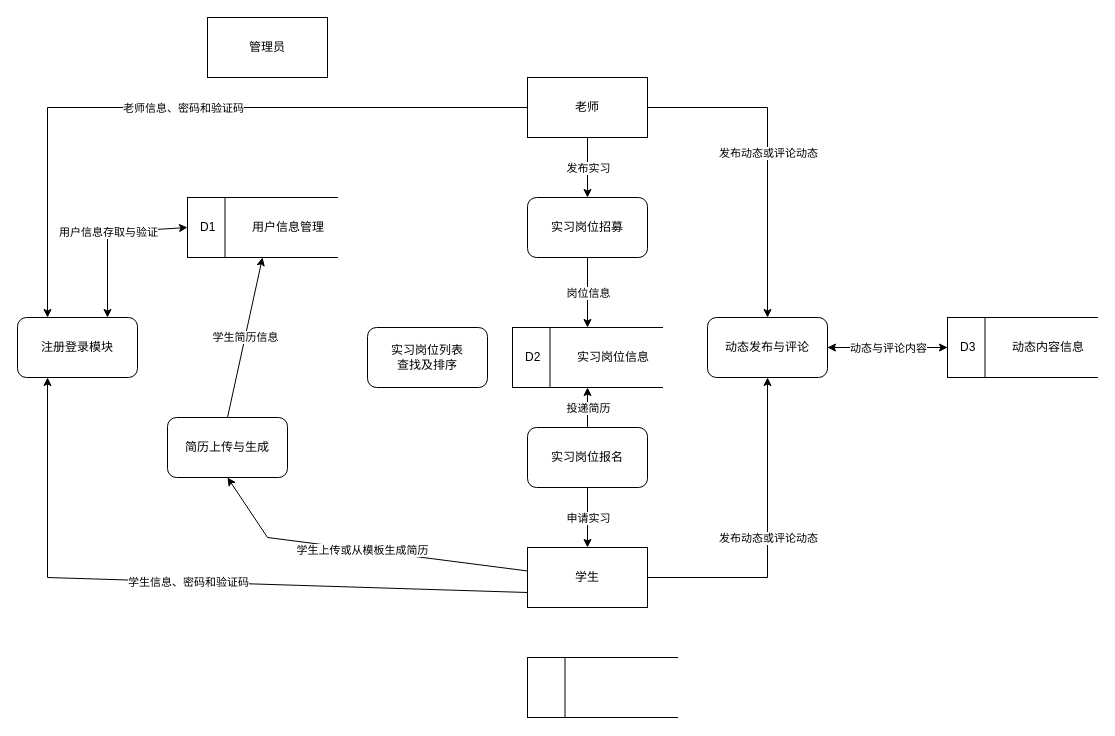
Above: 数据库大作业数据流图.drawio in peng-na/draw.io_pic (draw.io), before the change. Source tidied: cells renumbered, new cells numbered last; positions are measured from the earlier drawing's top-left corner, leaving out a move shared by most shapes. Both pictures are drawn from the tidied source at 100%, with x=0, y=0 at pixel (17, 17).
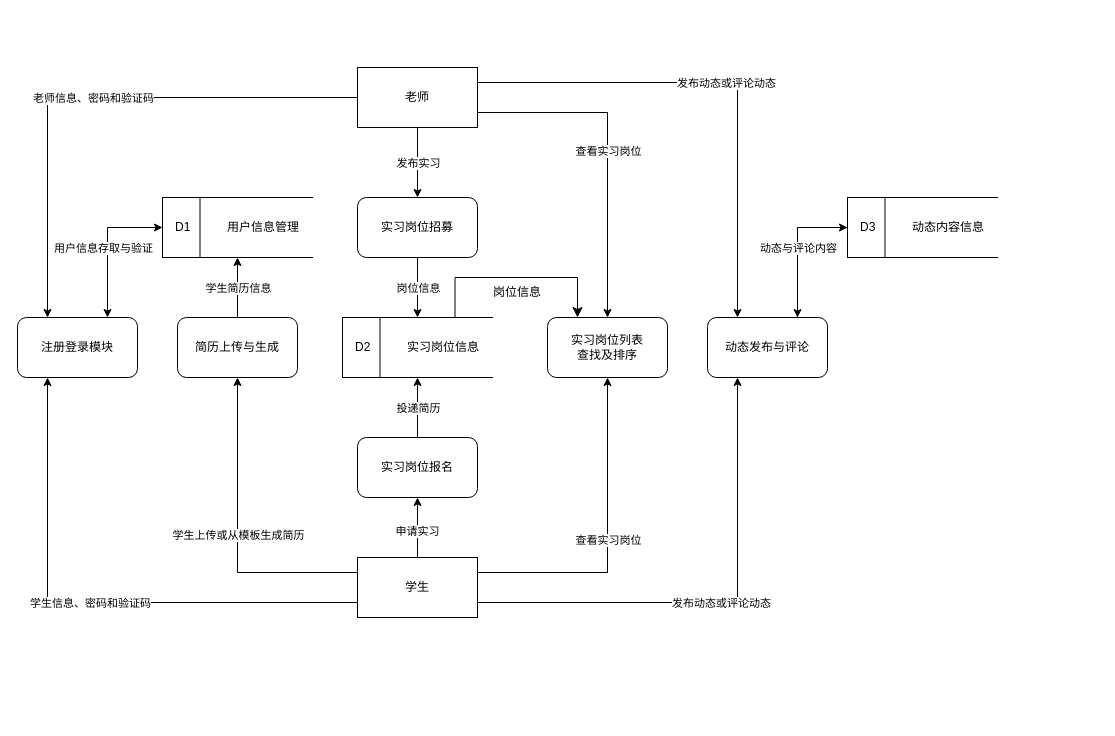
The same diagram, later.

Commit message (it also covers changes not shown here):
更新数据库大作业数据流图.drawio

The change refers to these unchanged cells:
```xml
<mxCell id="7" value="D2&amp;nbsp; &amp;nbsp; &amp;nbsp; &amp;nbsp; &amp;nbsp; &amp;nbsp;实习岗位信息" style="shape=partialRectangle;whiteSpace=wrap;html=1;left=0;right=0;fillColor=none;" parent="6" vertex="1">
  <mxGeometry x="-5" width="150" height="60" as="geometry" />
</mxCell>
<mxCell id="23" value="动态发布与评论" style="rounded=1;whiteSpace=wrap;html=1;" parent="1" vertex="1">
  <mxGeometry x="690" y="300" width="120" height="60" as="geometry" />
</mxCell>
<mxCell id="25" value="D3&amp;nbsp; &amp;nbsp; &amp;nbsp; &amp;nbsp; &amp;nbsp; &amp;nbsp;动态内容信息" style="shape=partialRectangle;whiteSpace=wrap;html=1;left=0;right=0;fillColor=none;" parent="24" vertex="1">
  <mxGeometry width="150" height="60" as="geometry" />
</mxCell>
<mxCell id="35" value="注册登录模块" style="rounded=1;whiteSpace=wrap;html=1;" parent="1" vertex="1">
  <mxGeometry y="300" width="120" height="60" as="geometry" />
</mxCell>
<mxCell id="39" value="D1&amp;nbsp; &amp;nbsp; &amp;nbsp; &amp;nbsp; &amp;nbsp; &amp;nbsp;用户信息管理" style="shape=partialRectangle;whiteSpace=wrap;html=1;left=0;right=0;fillColor=none;" parent="38" vertex="1">
  <mxGeometry width="150" height="60" as="geometry" />
</mxCell>
```

Change to the diagram source:
```diff
@@
+    <mxCell id="52" style="edgeStyle=elbowEdgeStyle;elbow=vertical;endArrow=classic;html=1;curved=0;rounded=0;endSize=8;startSize=8;entryX=0.25;entryY=0;entryDx=0;entryDy=0;exitX=0.75;exitY=0;exitDx=0;exitDy=0;" parent="1" edge="1" source="7" target="51">
+      <mxGeometry relative="1" as="geometry">
+        <Array as="points">
+          <mxPoint x="500" y="260" />
+        </Array>
+      </mxGeometry>
+    </mxCell>
     <mxCell id="2" value="学生" style="rounded=0;whiteSpace=wrap;html=1;" parent="1" vertex="1">
-      <mxGeometry x="510" y="530" width="120" height="60" as="geometry" />
+      <mxGeometry x="340" y="540" width="120" height="60" as="geometry" />
     </mxCell>
     <mxCell id="3" value="老师" style="rounded=0;whiteSpace=wrap;html=1;" parent="1" vertex="1">
-      <mxGeometry x="510" y="60" width="120" height="60" as="geometry" />
+      <mxGeometry x="340" y="50" width="120" height="60" as="geometry" />
     </mxCell>
-    <mxCell id="4" value="管理员" style="rounded=0;whiteSpace=wrap;html=1;" parent="1" vertex="1">
-      <mxGeometry x="190" width="120" height="60" as="geometry" />
-    </mxCell>
     <mxCell id="5" value="实习岗位招募" style="rounded=1;whiteSpace=wrap;html=1;" parent="1" vertex="1">
-      <mxGeometry x="510" y="180" width="120" height="60" as="geometry" />
+      <mxGeometry x="340" y="180" width="120" height="60" as="geometry" />
     </mxCell>
     <mxCell id="6" style="group;" parent="1" vertex="1">
-      <mxGeometry x="500" y="310" width="150" height="60" as="geometry" />
+      <mxGeometry x="330" y="300" width="150" height="60" as="geometry" />
     </mxCell>
@@
     <mxCell id="10" value="实习岗位报名" style="rounded=1;whiteSpace=wrap;html=1;" parent="1" vertex="1">
-      <mxGeometry x="510" y="410" width="120" height="60" as="geometry" />
+      <mxGeometry x="340" y="420" width="120" height="60" as="geometry" />
     </mxCell>
-    <mxCell id="11" style="group;" parent="1" vertex="1">
-      <mxGeometry x="510" y="640" width="150" height="60" as="geometry" />
-    </mxCell>
-    <mxCell id="12" style="shape=partialRectangle;whiteSpace=wrap;html=1;left=0;right=0;fillColor=none;" parent="11" vertex="1">
-      <mxGeometry width="150" height="60" as="geometry" />
-    </mxCell>
-    <mxCell id="13" style="endArrow=none;html=1;rounded=0;entryX=0;entryY=0;entryDx=0;entryDy=0;exitX=0;exitY=1;exitDx=0;exitDy=0;" parent="11" edge="1" source="12" target="12">
-      <mxGeometry relative="1" as="geometry" />
-    </mxCell>
-    <mxCell id="14" style="endArrow=none;html=1;rounded=0;entryX=0.25;entryY=0;entryDx=0;entryDy=0;exitX=0.25;exitY=1;exitDx=0;exitDy=0;" parent="11" edge="1" source="12" target="12">
-      <mxGeometry relative="1" as="geometry" />
-    </mxCell>
@@
-    <mxCell id="19" style="endArrow=classic;html=1;rounded=0;exitX=0.5;exitY=1;exitDx=0;exitDy=0;entryX=0.5;entryY=0;entryDx=0;entryDy=0;" parent="1" edge="1" source="10" target="2">
-      <mxGeometry relative="1" as="geometry" />
-    </mxCell>
-    <mxCell id="20" value="申请实习" style="edgeLabel;html=1;align=center;verticalAlign=middle;" parent="19" vertex="1">
-      <mxGeometry relative="1" as="geometry" />
-    </mxCell>
@@
     <mxCell id="24" style="group;" parent="1" vertex="1">
-      <mxGeometry x="930" y="300" width="150" height="60" as="geometry" />
+      <mxGeometry x="830" y="180" width="150" height="60" as="geometry" />
     </mxCell>
@@
-    <mxCell id="28" style="endArrow=classic;html=1;rounded=0;exitX=0;exitY=0.5;exitDx=0;exitDy=0;entryX=1;entryY=0.5;entryDx=0;entryDy=0;" parent="1" edge="1" source="25" target="23">
-      <mxGeometry relative="1" as="geometry" />
+    <mxCell id="28" style="endArrow=classic;html=1;rounded=0;exitX=0;exitY=0.5;exitDx=0;exitDy=0;entryX=0.75;entryY=0;entryDx=0;entryDy=0;" parent="1" edge="1" source="25" target="23">
+      <mxGeometry relative="1" as="geometry">
+        <Array as="points">
+          <mxPoint x="780" y="210" />
+        </Array>
+      </mxGeometry>
     </mxCell>
-    <mxCell id="29" style="endArrow=classic;html=1;rounded=0;exitX=1;exitY=0.5;exitDx=0;exitDy=0;entryX=0;entryY=0.5;entryDx=0;entryDy=0;" parent="1" edge="1" source="23" target="25">
-      <mxGeometry relative="1" as="geometry" />
+    <mxCell id="29" style="endArrow=classic;html=1;rounded=0;exitX=0.75;exitY=0;exitDx=0;exitDy=0;entryX=0;entryY=0.5;entryDx=0;entryDy=0;" parent="1" edge="1" source="23" target="25">
+      <mxGeometry relative="1" as="geometry">
+        <Array as="points">
+          <mxPoint x="780" y="210" />
+        </Array>
+      </mxGeometry>
     </mxCell>
@@
-    <mxCell id="31" style="endArrow=classic;html=1;rounded=0;exitX=1;exitY=0.5;exitDx=0;exitDy=0;entryX=0.5;entryY=0;entryDx=0;entryDy=0;" parent="1" edge="1" source="3" target="23">
+    <mxCell id="31" style="endArrow=classic;html=1;rounded=0;exitX=1;exitY=0.25;exitDx=0;exitDy=0;entryX=0.25;entryY=0;entryDx=0;entryDy=0;" parent="1" edge="1" source="3" target="23">
       <mxGeometry relative="1" as="geometry">
         <Array as="points">
-          <mxPoint x="750" y="90" />
+          <mxPoint x="720" y="65" />
         </Array>
       </mxGeometry>
     </mxCell>
@@
-    <mxCell id="33" style="endArrow=classic;html=1;rounded=0;exitX=1;exitY=0.5;exitDx=0;exitDy=0;entryX=0.5;entryY=1;entryDx=0;entryDy=0;" parent="1" edge="1" source="2" target="23">
+    <mxCell id="33" style="endArrow=classic;html=1;rounded=0;exitX=1;exitY=0.75;exitDx=0;exitDy=0;entryX=0.25;entryY=1;entryDx=0;entryDy=0;" parent="1" edge="1" source="2" target="23">
       <mxGeometry relative="1" as="geometry">
         <Array as="points">
-          <mxPoint x="750" y="560" />
+          <mxPoint x="720" y="585" />
         </Array>
       </mxGeometry>
     </mxCell>
@@
     <mxCell id="36" style="endArrow=classic;html=1;rounded=0;exitX=0;exitY=0.5;exitDx=0;exitDy=0;entryX=0.25;entryY=0;entryDx=0;entryDy=0;" parent="1" edge="1" source="3" target="35">
       <mxGeometry relative="1" as="geometry">
         <Array as="points">
-          <mxPoint x="30" y="90" />
+          <mxPoint x="30" y="80" />
         </Array>
       </mxGeometry>
     </mxCell>
@@
     <mxCell id="38" style="group;" parent="1" vertex="1">
-      <mxGeometry x="170" y="180" width="150" height="60" as="geometry" />
+      <mxGeometry x="145" y="180" width="150" height="60" as="geometry" />
     </mxCell>
@@
     <mxCell id="42" style="endArrow=classic;startArrow=classic;html=1;rounded=0;exitX=0.75;exitY=0;exitDx=0;exitDy=0;entryX=0;entryY=0.5;entryDx=0;entryDy=0;" parent="1" edge="1" source="35" target="39">
       <mxGeometry relative="1" as="geometry">
         <Array as="points">
-          <mxPoint x="90" y="215" />
+          <mxPoint x="90" y="210" />
         </Array>
       </mxGeometry>
     </mxCell>
@@
     <mxCell id="44" style="endArrow=classic;html=1;rounded=0;exitX=0;exitY=0.75;exitDx=0;exitDy=0;entryX=0.25;entryY=1;entryDx=0;entryDy=0;" parent="1" edge="1" source="2" target="35">
       <mxGeometry relative="1" as="geometry">
         <Array as="points">
-          <mxPoint x="30" y="560" />
+          <mxPoint x="30" y="585" />
         </Array>
       </mxGeometry>
     </mxCell>
@@
     <mxCell id="46" value="简历上传与生成" style="rounded=1;whiteSpace=wrap;html=1;" parent="1" vertex="1">
-      <mxGeometry x="150" y="400" width="120" height="60" as="geometry" />
+      <mxGeometry x="160" y="300" width="120" height="60" as="geometry" />
     </mxCell>
-    <mxCell id="47" style="endArrow=classic;html=1;rounded=0;exitX=0.004;exitY=0.392;exitDx=0;exitDy=0;entryX=0.5;entryY=1;entryDx=0;entryDy=0;exitPerimeter=0;" parent="1" edge="1" source="2" target="46">
+    <mxCell id="47" style="endArrow=classic;html=1;rounded=0;exitX=0;exitY=0.25;exitDx=0;exitDy=0;entryX=0.5;entryY=1;entryDx=0;entryDy=0;" parent="1" edge="1" source="2" target="46">
       <mxGeometry relative="1" as="geometry">
         <Array as="points">
-          <mxPoint x="250" y="520" />
+          <mxPoint x="220" y="555" />
         </Array>
       </mxGeometry>
     </mxCell>
@@
     <mxCell id="51" value="实习岗位列表&lt;div&gt;查找及排序&lt;/div&gt;" style="rounded=1;whiteSpace=wrap;html=1;" parent="1" vertex="1">
-      <mxGeometry x="350" y="310" width="120" height="60" as="geometry" />
+      <mxGeometry x="530" y="300" width="120" height="60" as="geometry" />
     </mxCell>
+    <mxCell id="53" style="endArrow=classic;html=1;rounded=0;exitX=0.5;exitY=0;exitDx=0;exitDy=0;entryX=0.5;entryY=1;entryDx=0;entryDy=0;" parent="1" edge="1" source="2" target="10">
+      <mxGeometry relative="1" as="geometry" />
+    </mxCell>
+    <mxCell id="20" value="申请实习" style="edgeLabel;html=1;align=center;verticalAlign=middle;" parent="53" vertex="1">
+      <mxGeometry x="-0.1" y="1" relative="1" as="geometry" />
+    </mxCell>
+    <mxCell id="54" style="endArrow=classic;html=1;rounded=0;exitX=1;exitY=0.25;exitDx=0;exitDy=0;entryX=0.5;entryY=1;entryDx=0;entryDy=0;" parent="1" edge="1" source="2" target="51">
+      <mxGeometry relative="1" as="geometry">
+        <Array as="points">
+          <mxPoint x="590" y="555" />
+        </Array>
+      </mxGeometry>
+    </mxCell>
+    <mxCell id="55" value="查看实习岗位" style="edgeLabel;html=1;align=center;verticalAlign=middle;" parent="54" vertex="1">
+      <mxGeometry relative="1" as="geometry" />
+    </mxCell>
+    <mxCell id="56" style="endArrow=classic;html=1;rounded=0;exitX=1;exitY=0.75;exitDx=0;exitDy=0;entryX=0.5;entryY=0;entryDx=0;entryDy=0;" parent="1" edge="1" source="3" target="51">
+      <mxGeometry relative="1" as="geometry">
+        <Array as="points">
+          <mxPoint x="590" y="95" />
+        </Array>
+      </mxGeometry>
+    </mxCell>
+    <mxCell id="57" value="查看实习岗位" style="edgeLabel;html=1;align=center;verticalAlign=middle;" parent="56" vertex="1">
+      <mxGeometry relative="1" as="geometry" />
+    </mxCell>
+    <mxCell id="58" value="岗位信息" style="text;html=1;align=center;verticalAlign=middle;whiteSpace=wrap;rounded=0;" parent="1" vertex="1">
+      <mxGeometry x="470" y="260" width="60" height="30" as="geometry" />
+    </mxCell>
```
